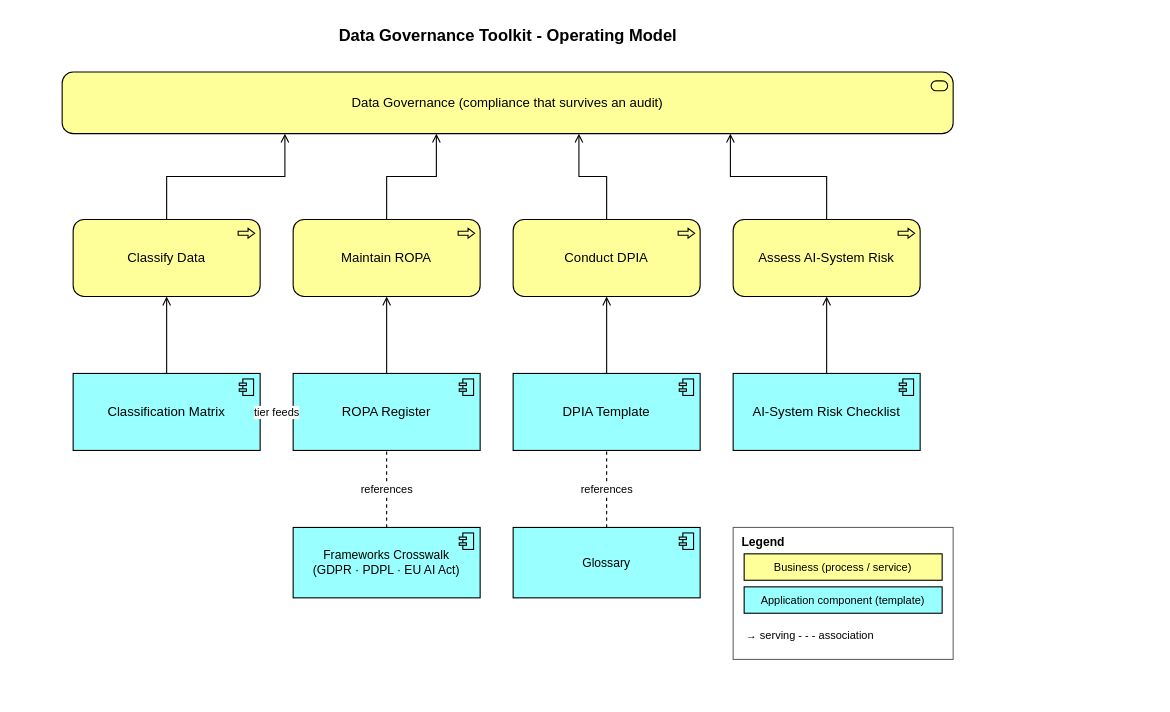
Earlier version of the draw.io diagram assets/architecture/toolkit-overview.drawio (mmubarak-io/data-governance-toolkit). Source tidied: cells renumbered, new cells numbered last; positions are measured from the earlier drawing's top-left corner, leaving out a move shared by most shapes. Both pictures are drawn from the tidied source at 110%, with x=0, y=0 at pixel (62, 19).
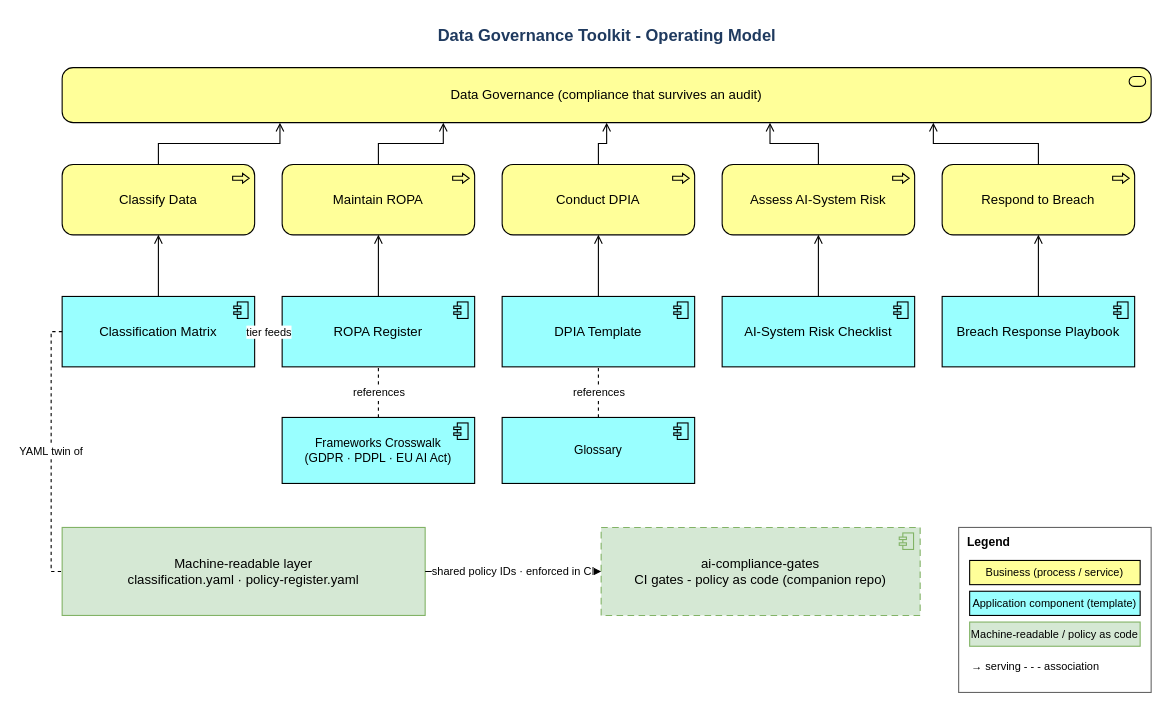
Above is the later version.

Commit message (it also covers changes not shown here):
Update diagram and README engineer callout, drop SVG export

Change to the diagram source:
```diff
@@
-    <mxCell id="2" value="Data Governance Toolkit - Operating Model" style="text;html=1;align=center;verticalAlign=middle;fontSize=15;fontStyle=1;" parent="1" vertex="1">
-      <mxGeometry width="810" height="28" as="geometry" />
+    <mxCell id="2" value="Data Governance Toolkit - Operating Model" style="text;html=1;align=center;verticalAlign=middle;fontSize=15;fontStyle=1;fontColor=#1F3A5F;" parent="1" vertex="1">
+      <mxGeometry width="990" height="28" as="geometry" />
     </mxCell>
     <mxCell id="3" value="Data Governance (compliance that survives an audit)" style="sketch=0;html=1;whiteSpace=wrap;rounded=1;fillColor=#FFFF99;strokeColor=#000000;shape=mxgraph.archimate3.application;appType=serv;archiType=rounded;fontSize=12;" parent="1" vertex="1">
-      <mxGeometry y="48" width="810" height="56" as="geometry" />
+      <mxGeometry y="44" width="990" height="50" as="geometry" />
     </mxCell>
     <mxCell id="4" value="Classify Data" style="sketch=0;html=1;whiteSpace=wrap;fillColor=#FFFF99;strokeColor=#000000;shape=mxgraph.archimate3.application;appType=proc;archiType=rounded;fontSize=12;" parent="1" vertex="1">
-      <mxGeometry x="10" y="182" width="170" height="70" as="geometry" />
+      <mxGeometry y="132" width="175" height="64" as="geometry" />
     </mxCell>
     <mxCell id="5" value="Maintain ROPA" style="sketch=0;html=1;whiteSpace=wrap;fillColor=#FFFF99;strokeColor=#000000;shape=mxgraph.archimate3.application;appType=proc;archiType=rounded;fontSize=12;" parent="1" vertex="1">
-      <mxGeometry x="210" y="182" width="170" height="70" as="geometry" />
+      <mxGeometry x="200" y="132" width="175" height="64" as="geometry" />
     </mxCell>
     <mxCell id="6" value="Conduct DPIA" style="sketch=0;html=1;whiteSpace=wrap;fillColor=#FFFF99;strokeColor=#000000;shape=mxgraph.archimate3.application;appType=proc;archiType=rounded;fontSize=12;" parent="1" vertex="1">
-      <mxGeometry x="410" y="182" width="170" height="70" as="geometry" />
+      <mxGeometry x="400" y="132" width="175" height="64" as="geometry" />
     </mxCell>
     <mxCell id="7" value="Assess AI-System Risk" style="sketch=0;html=1;whiteSpace=wrap;fillColor=#FFFF99;strokeColor=#000000;shape=mxgraph.archimate3.application;appType=proc;archiType=rounded;fontSize=12;" parent="1" vertex="1">
-      <mxGeometry x="610" y="182" width="170" height="70" as="geometry" />
+      <mxGeometry x="600" y="132" width="175" height="64" as="geometry" />
     </mxCell>
+    <mxCell id="29" value="Respond to Breach" style="sketch=0;html=1;whiteSpace=wrap;fillColor=#FFFF99;strokeColor=#000000;shape=mxgraph.archimate3.application;appType=proc;archiType=rounded;fontSize=12;" parent="1" vertex="1">
+      <mxGeometry x="800" y="132" width="175" height="64" as="geometry" />
+    </mxCell>
     <mxCell id="8" value="Classification Matrix" style="sketch=0;html=1;whiteSpace=wrap;fillColor=#99FFFF;strokeColor=#000000;shape=mxgraph.archimate3.application;appType=comp;archiType=square;fontSize=12;" parent="1" vertex="1">
-      <mxGeometry x="10" y="322" width="170" height="70" as="geometry" />
+      <mxGeometry y="252" width="175" height="64" as="geometry" />
     </mxCell>
     <mxCell id="9" value="ROPA Register" style="sketch=0;html=1;whiteSpace=wrap;fillColor=#99FFFF;strokeColor=#000000;shape=mxgraph.archimate3.application;appType=comp;archiType=square;fontSize=12;" parent="1" vertex="1">
-      <mxGeometry x="210" y="322" width="170" height="70" as="geometry" />
+      <mxGeometry x="200" y="252" width="175" height="64" as="geometry" />
     </mxCell>
     <mxCell id="10" value="DPIA Template" style="sketch=0;html=1;whiteSpace=wrap;fillColor=#99FFFF;strokeColor=#000000;shape=mxgraph.archimate3.application;appType=comp;archiType=square;fontSize=12;" parent="1" vertex="1">
-      <mxGeometry x="410" y="322" width="170" height="70" as="geometry" />
+      <mxGeometry x="400" y="252" width="175" height="64" as="geometry" />
     </mxCell>
     <mxCell id="11" value="AI-System Risk Checklist" style="sketch=0;html=1;whiteSpace=wrap;fillColor=#99FFFF;strokeColor=#000000;shape=mxgraph.archimate3.application;appType=comp;archiType=square;fontSize=12;" parent="1" vertex="1">
-      <mxGeometry x="610" y="322" width="170" height="70" as="geometry" />
+      <mxGeometry x="600" y="252" width="175" height="64" as="geometry" />
     </mxCell>
+    <mxCell id="30" value="Breach Response Playbook" style="sketch=0;html=1;whiteSpace=wrap;fillColor=#99FFFF;strokeColor=#000000;shape=mxgraph.archimate3.application;appType=comp;archiType=square;fontSize=12;" parent="1" vertex="1">
+      <mxGeometry x="800" y="252" width="175" height="64" as="geometry" />
+    </mxCell>
     <mxCell id="12" value="Frameworks Crosswalk&#10;(GDPR · PDPL · EU AI Act)" style="sketch=0;html=1;whiteSpace=wrap;fillColor=#99FFFF;strokeColor=#000000;shape=mxgraph.archimate3.application;appType=comp;archiType=square;fontSize=11;" parent="1" vertex="1">
-      <mxGeometry x="210" y="462" width="170" height="64" as="geometry" />
+      <mxGeometry x="200" y="362" width="175" height="60" as="geometry" />
     </mxCell>
     <mxCell id="13" value="Glossary" style="sketch=0;html=1;whiteSpace=wrap;fillColor=#99FFFF;strokeColor=#000000;shape=mxgraph.archimate3.application;appType=comp;archiType=square;fontSize=11;" parent="1" vertex="1">
-      <mxGeometry x="410" y="462" width="170" height="64" as="geometry" />
+      <mxGeometry x="400" y="362" width="175" height="60" as="geometry" />
     </mxCell>
+    <mxCell id="31" value="Machine-readable layer&#10;classification.yaml · policy-register.yaml" style="sketch=0;html=1;whiteSpace=wrap;fillColor=#D5E8D4;strokeColor=#82B366;shape=mxgraph.archimate3.application;appType=data;archiType=square;fontSize=12;" parent="1" vertex="1">
+      <mxGeometry y="462" width="330" height="80" as="geometry" />
+    </mxCell>
+    <mxCell id="32" value="ai-compliance-gates&#10;CI gates - policy as code (companion repo)" style="sketch=0;html=1;whiteSpace=wrap;fillColor=#D5E8D4;strokeColor=#82B366;dashed=1;dashPattern=6 4;shape=mxgraph.archimate3.application;appType=comp;archiType=square;fontSize=12;" parent="1" vertex="1">
+      <mxGeometry x="490" y="462" width="290" height="80" as="geometry" />
+    </mxCell>
-    <mxCell id="14" style="endArrow=open;endFill=0;html=1;edgeStyle=orthogonalEdgeStyle;rounded=0;exitX=0.5;exitY=0;entryX=0.25;entryY=1;" parent="1" edge="1" source="4" target="3">
+    <mxCell id="14" style="endArrow=open;endFill=0;html=1;edgeStyle=orthogonalEdgeStyle;rounded=0;exitX=0.5;exitY=0;entryX=0.2;entryY=1;" parent="1" edge="1" source="4" target="3">
       <mxGeometry relative="1" as="geometry" />
     </mxCell>
-    <mxCell id="15" style="endArrow=open;endFill=0;html=1;edgeStyle=orthogonalEdgeStyle;rounded=0;exitX=0.5;exitY=0;entryX=0.42;entryY=1;" parent="1" edge="1" source="5" target="3">
+    <mxCell id="15" style="endArrow=open;endFill=0;html=1;edgeStyle=orthogonalEdgeStyle;rounded=0;exitX=0.5;exitY=0;entryX=0.35;entryY=1;" parent="1" edge="1" source="5" target="3">
       <mxGeometry relative="1" as="geometry" />
     </mxCell>
-    <mxCell id="16" style="endArrow=open;endFill=0;html=1;edgeStyle=orthogonalEdgeStyle;rounded=0;exitX=0.5;exitY=0;entryX=0.58;entryY=1;" parent="1" edge="1" source="6" target="3">
+    <mxCell id="16" style="endArrow=open;endFill=0;html=1;edgeStyle=orthogonalEdgeStyle;rounded=0;exitX=0.5;exitY=0;entryX=0.5;entryY=1;" parent="1" edge="1" source="6" target="3">
       <mxGeometry relative="1" as="geometry" />
     </mxCell>
-    <mxCell id="17" style="endArrow=open;endFill=0;html=1;edgeStyle=orthogonalEdgeStyle;rounded=0;exitX=0.5;exitY=0;entryX=0.75;entryY=1;" parent="1" edge="1" source="7" target="3">
+    <mxCell id="17" style="endArrow=open;endFill=0;html=1;edgeStyle=orthogonalEdgeStyle;rounded=0;exitX=0.5;exitY=0;entryX=0.65;entryY=1;" parent="1" edge="1" source="7" target="3">
       <mxGeometry relative="1" as="geometry" />
     </mxCell>
+    <mxCell id="33" style="endArrow=open;endFill=0;html=1;edgeStyle=orthogonalEdgeStyle;rounded=0;exitX=0.5;exitY=0;entryX=0.8;entryY=1;" parent="1" edge="1" source="29" target="3">
+      <mxGeometry relative="1" as="geometry" />
+    </mxCell>
@@
+    <mxCell id="34" style="endArrow=open;endFill=0;html=1;edgeStyle=orthogonalEdgeStyle;rounded=0;exitX=0.5;exitY=0;entryX=0.5;entryY=1;" parent="1" edge="1" source="30" target="29">
+      <mxGeometry relative="1" as="geometry" />
+    </mxCell>
@@
+    <mxCell id="35" value="YAML twin of" style="endArrow=none;html=1;edgeStyle=orthogonalEdgeStyle;rounded=0;dashed=1;fontSize=10;exitX=0;exitY=0.5;entryX=0;entryY=0.5;" parent="1" edge="1" source="8" target="31">
+      <mxGeometry relative="1" as="geometry" />
+    </mxCell>
+    <mxCell id="36" value="shared policy IDs · enforced in CI" style="endArrow=block;endFill=1;html=1;dashed=1;dashPattern=6 4;fontSize=10;exitX=1;exitY=0.5;entryX=0;entryY=0.5;" parent="1" edge="1" source="31" target="32">
+      <mxGeometry relative="1" as="geometry" />
+    </mxCell>
     <mxCell id="25" value="Legend" style="rounded=0;whiteSpace=wrap;html=1;fillColor=none;strokeColor=#666666;verticalAlign=top;fontStyle=1;fontSize=11;align=left;spacingLeft=6;" parent="1" vertex="1">
-      <mxGeometry x="610" y="462" width="200" height="120" as="geometry" />
+      <mxGeometry x="815" y="462" width="175" height="150" as="geometry" />
     </mxCell>
     <mxCell id="26" value="Business (process / service)" style="sketch=0;html=1;whiteSpace=wrap;fillColor=#FFFF99;strokeColor=#000000;fontSize=10;" parent="1" vertex="1">
-      <mxGeometry x="620" y="486" width="180" height="24" as="geometry" />
+      <mxGeometry x="825" y="492" width="155" height="22" as="geometry" />
     </mxCell>
     <mxCell id="27" value="Application component (template)" style="sketch=0;html=1;whiteSpace=wrap;fillColor=#99FFFF;strokeColor=#000000;fontSize=10;" parent="1" vertex="1">
-      <mxGeometry x="620" y="516" width="180" height="24" as="geometry" />
+      <mxGeometry x="825" y="520" width="155" height="22" as="geometry" />
     </mxCell>
+    <mxCell id="37" value="Machine-readable / policy as code" style="sketch=0;html=1;whiteSpace=wrap;fillColor=#D5E8D4;strokeColor=#82B366;fontSize=10;" parent="1" vertex="1">
+      <mxGeometry x="825" y="548" width="155" height="22" as="geometry" />
+    </mxCell>
     <mxCell id="28" value="→ serving      - - - association" style="text;html=1;align=left;fontSize=10;" parent="1" vertex="1">
-      <mxGeometry x="620" y="548" width="190" height="22" as="geometry" />
+      <mxGeometry x="825" y="576" width="165" height="22" as="geometry" />
     </mxCell>
```
